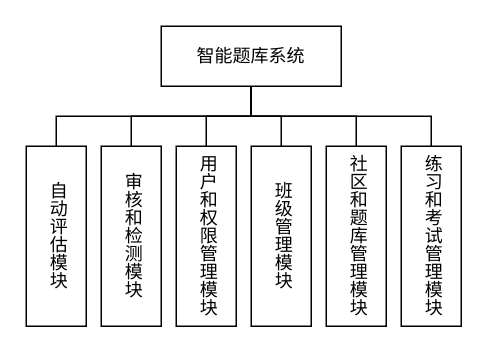
This is 系统总体结构图.drawio from 2302680972/lighteny_diagrams, a draw.io file, before an edit. Source tidied: cells renumbered, new cells numbered last; positions are measured from the earlier drawing's top-left corner, leaving out a move shared by most shapes. Both pictures are drawn from the tidied source at 150%, with x=0, y=0 at pixel (26, 26).
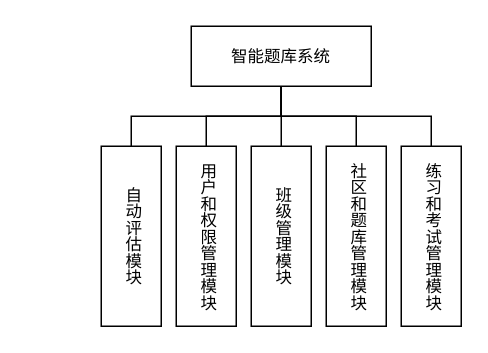
Above is the later version.

Commit message:
更新系统总体结构图.drawio

Change to the diagram source:
```diff
@@
-    <mxCell id="2" value="智能题库系统" style="rounded=0;whiteSpace=wrap;html=1;" parent="1" vertex="1">
-      <mxGeometry x="90" width="120" height="40" as="geometry" />
+    <mxCell id="2" value="智能题库系统" style="rounded=0;whiteSpace=wrap;html=1;fontSize=11;strokeWidth=1;" parent="1" vertex="1">
+      <mxGeometry x="110" width="120" height="40" as="geometry" />
     </mxCell>
-    <mxCell id="3" value="自动评估模块" style="rounded=0;whiteSpace=wrap;html=1;textDirection=vertical-lr;" parent="1" vertex="1">
-      <mxGeometry y="80" width="40" height="120" as="geometry" />
+    <mxCell id="3" value="自动评估模块" style="rounded=0;whiteSpace=wrap;html=1;textDirection=vertical-lr;fontSize=11;strokeWidth=1;" parent="1" vertex="1">
+      <mxGeometry x="50" y="80" width="40" height="120" as="geometry" />
     </mxCell>
-    <mxCell id="4" value="审核和检测模块" style="rounded=0;whiteSpace=wrap;html=1;textDirection=vertical-lr;" parent="1" vertex="1">
-      <mxGeometry x="50" y="80" width="40" height="120" as="geometry" />
-    </mxCell>
-    <mxCell id="5" value="用户和权限管理模块" style="rounded=0;whiteSpace=wrap;html=1;textDirection=vertical-lr;" parent="1" vertex="1">
+    <mxCell id="5" value="用户和权限管理模块" style="rounded=0;whiteSpace=wrap;html=1;textDirection=vertical-lr;fontSize=11;strokeWidth=1;" parent="1" vertex="1">
       <mxGeometry x="100" y="80" width="40" height="120" as="geometry" />
     </mxCell>
-    <mxCell id="6" value="班级管理模块" style="rounded=0;whiteSpace=wrap;html=1;textDirection=vertical-lr;" parent="1" vertex="1">
+    <mxCell id="6" value="班级管理模块" style="rounded=0;whiteSpace=wrap;html=1;textDirection=vertical-lr;fontSize=11;strokeWidth=1;" parent="1" vertex="1">
       <mxGeometry x="150" y="80" width="40" height="120" as="geometry" />
     </mxCell>
-    <mxCell id="7" value="社区和题库管理模块" style="rounded=0;whiteSpace=wrap;html=1;textDirection=vertical-lr;" parent="1" vertex="1">
+    <mxCell id="7" value="社区和题库管理模块" style="rounded=0;whiteSpace=wrap;html=1;textDirection=vertical-lr;fontSize=11;strokeWidth=1;" parent="1" vertex="1">
       <mxGeometry x="200" y="80" width="40" height="120" as="geometry" />
     </mxCell>
-    <mxCell id="8" value="练习和考试管理模块" style="rounded=0;whiteSpace=wrap;html=1;textDirection=vertical-lr;" parent="1" vertex="1">
+    <mxCell id="8" value="练习和考试管理模块" style="rounded=0;whiteSpace=wrap;html=1;textDirection=vertical-lr;fontSize=11;strokeWidth=1;" parent="1" vertex="1">
       <mxGeometry x="250" y="80" width="40" height="120" as="geometry" />
     </mxCell>
-    <mxCell id="9" style="endArrow=none;html=1;rounded=0;exitX=0.5;exitY=0;exitDx=0;exitDy=0;entryX=0.5;entryY=1;entryDx=0;entryDy=0;" parent="1" edge="1" source="3" target="2">
+    <mxCell id="9" style="endArrow=none;html=1;rounded=0;exitX=0.5;exitY=0;exitDx=0;exitDy=0;entryX=0.5;entryY=1;entryDx=0;entryDy=0;fontSize=11;strokeWidth=1;" parent="1" edge="1" source="3" target="2">
       <mxGeometry relative="1" as="geometry">
         <Array as="points">
-          <mxPoint x="20" y="60" />
-          <mxPoint x="150" y="60" />
+          <mxPoint x="70" y="60" />
+          <mxPoint x="170" y="60" />
         </Array>
       </mxGeometry>
     </mxCell>
-    <mxCell id="10" style="endArrow=none;html=1;rounded=0;exitX=0.5;exitY=0;exitDx=0;exitDy=0;entryX=0.5;entryY=1;entryDx=0;entryDy=0;" parent="1" edge="1" source="4">
-      <mxGeometry relative="1" as="geometry">
-        <mxPoint x="150" y="40" as="targetPoint" />
-        <Array as="points">
-          <mxPoint x="70" y="60" />
-          <mxPoint x="150" y="60" />
-        </Array>
-      </mxGeometry>
-    </mxCell>
-    <mxCell id="11" style="endArrow=none;html=1;rounded=0;exitX=0.5;exitY=0;exitDx=0;exitDy=0;entryX=0.5;entryY=1;entryDx=0;entryDy=0;" parent="1" edge="1" source="5">
+    <mxCell id="11" style="endArrow=none;html=1;rounded=0;exitX=0.5;exitY=0;exitDx=0;exitDy=0;entryX=0.5;entryY=1;entryDx=0;entryDy=0;fontSize=11;strokeWidth=1;" parent="1" edge="1" source="5" target="2">
       <mxGeometry relative="1" as="geometry">
-        <mxPoint x="150" y="40" as="targetPoint" />
         <Array as="points">
           <mxPoint x="120" y="60" />
-          <mxPoint x="150" y="60" />
+          <mxPoint x="170" y="60" />
         </Array>
       </mxGeometry>
     </mxCell>
-    <mxCell id="12" style="endArrow=none;html=1;rounded=0;exitX=0.5;exitY=0;exitDx=0;exitDy=0;entryX=0.5;entryY=1;entryDx=0;entryDy=0;" parent="1" edge="1" source="6">
+    <mxCell id="12" style="endArrow=none;html=1;rounded=0;exitX=0.5;exitY=0;exitDx=0;exitDy=0;entryX=0.5;entryY=1;entryDx=0;entryDy=0;fontSize=11;strokeWidth=1;" parent="1" edge="1" source="6" target="2">
       <mxGeometry relative="1" as="geometry">
-        <mxPoint x="150" y="40" as="targetPoint" />
         <Array as="points">
           <mxPoint x="170" y="60" />
-          <mxPoint x="150" y="60" />
         </Array>
       </mxGeometry>
     </mxCell>
-    <mxCell id="13" style="endArrow=none;html=1;rounded=0;exitX=0.5;exitY=0;exitDx=0;exitDy=0;entryX=0.5;entryY=1;entryDx=0;entryDy=0;" parent="1" edge="1" source="7">
+    <mxCell id="13" style="endArrow=none;html=1;rounded=0;exitX=0.5;exitY=0;exitDx=0;exitDy=0;entryX=0.5;entryY=1;entryDx=0;entryDy=0;fontSize=11;strokeWidth=1;" parent="1" edge="1" source="7" target="2">
       <mxGeometry relative="1" as="geometry">
-        <mxPoint x="150" y="40" as="targetPoint" />
         <Array as="points">
           <mxPoint x="220" y="60" />
-          <mxPoint x="150" y="60" />
+          <mxPoint x="170" y="60" />
         </Array>
       </mxGeometry>
     </mxCell>
-    <mxCell id="14" style="endArrow=none;html=1;rounded=0;exitX=0.5;exitY=0;exitDx=0;exitDy=0;entryX=0.5;entryY=1;entryDx=0;entryDy=0;" parent="1" edge="1" source="8">
+    <mxCell id="14" style="endArrow=none;html=1;rounded=0;exitX=0.5;exitY=0;exitDx=0;exitDy=0;entryX=0.5;entryY=1;entryDx=0;entryDy=0;fontSize=11;strokeWidth=1;" parent="1" edge="1" source="8" target="2">
       <mxGeometry relative="1" as="geometry">
-        <mxPoint x="150" y="40" as="targetPoint" />
         <Array as="points">
           <mxPoint x="270" y="60" />
-          <mxPoint x="150" y="60" />
+          <mxPoint x="170" y="60" />
         </Array>
       </mxGeometry>
     </mxCell>
```
